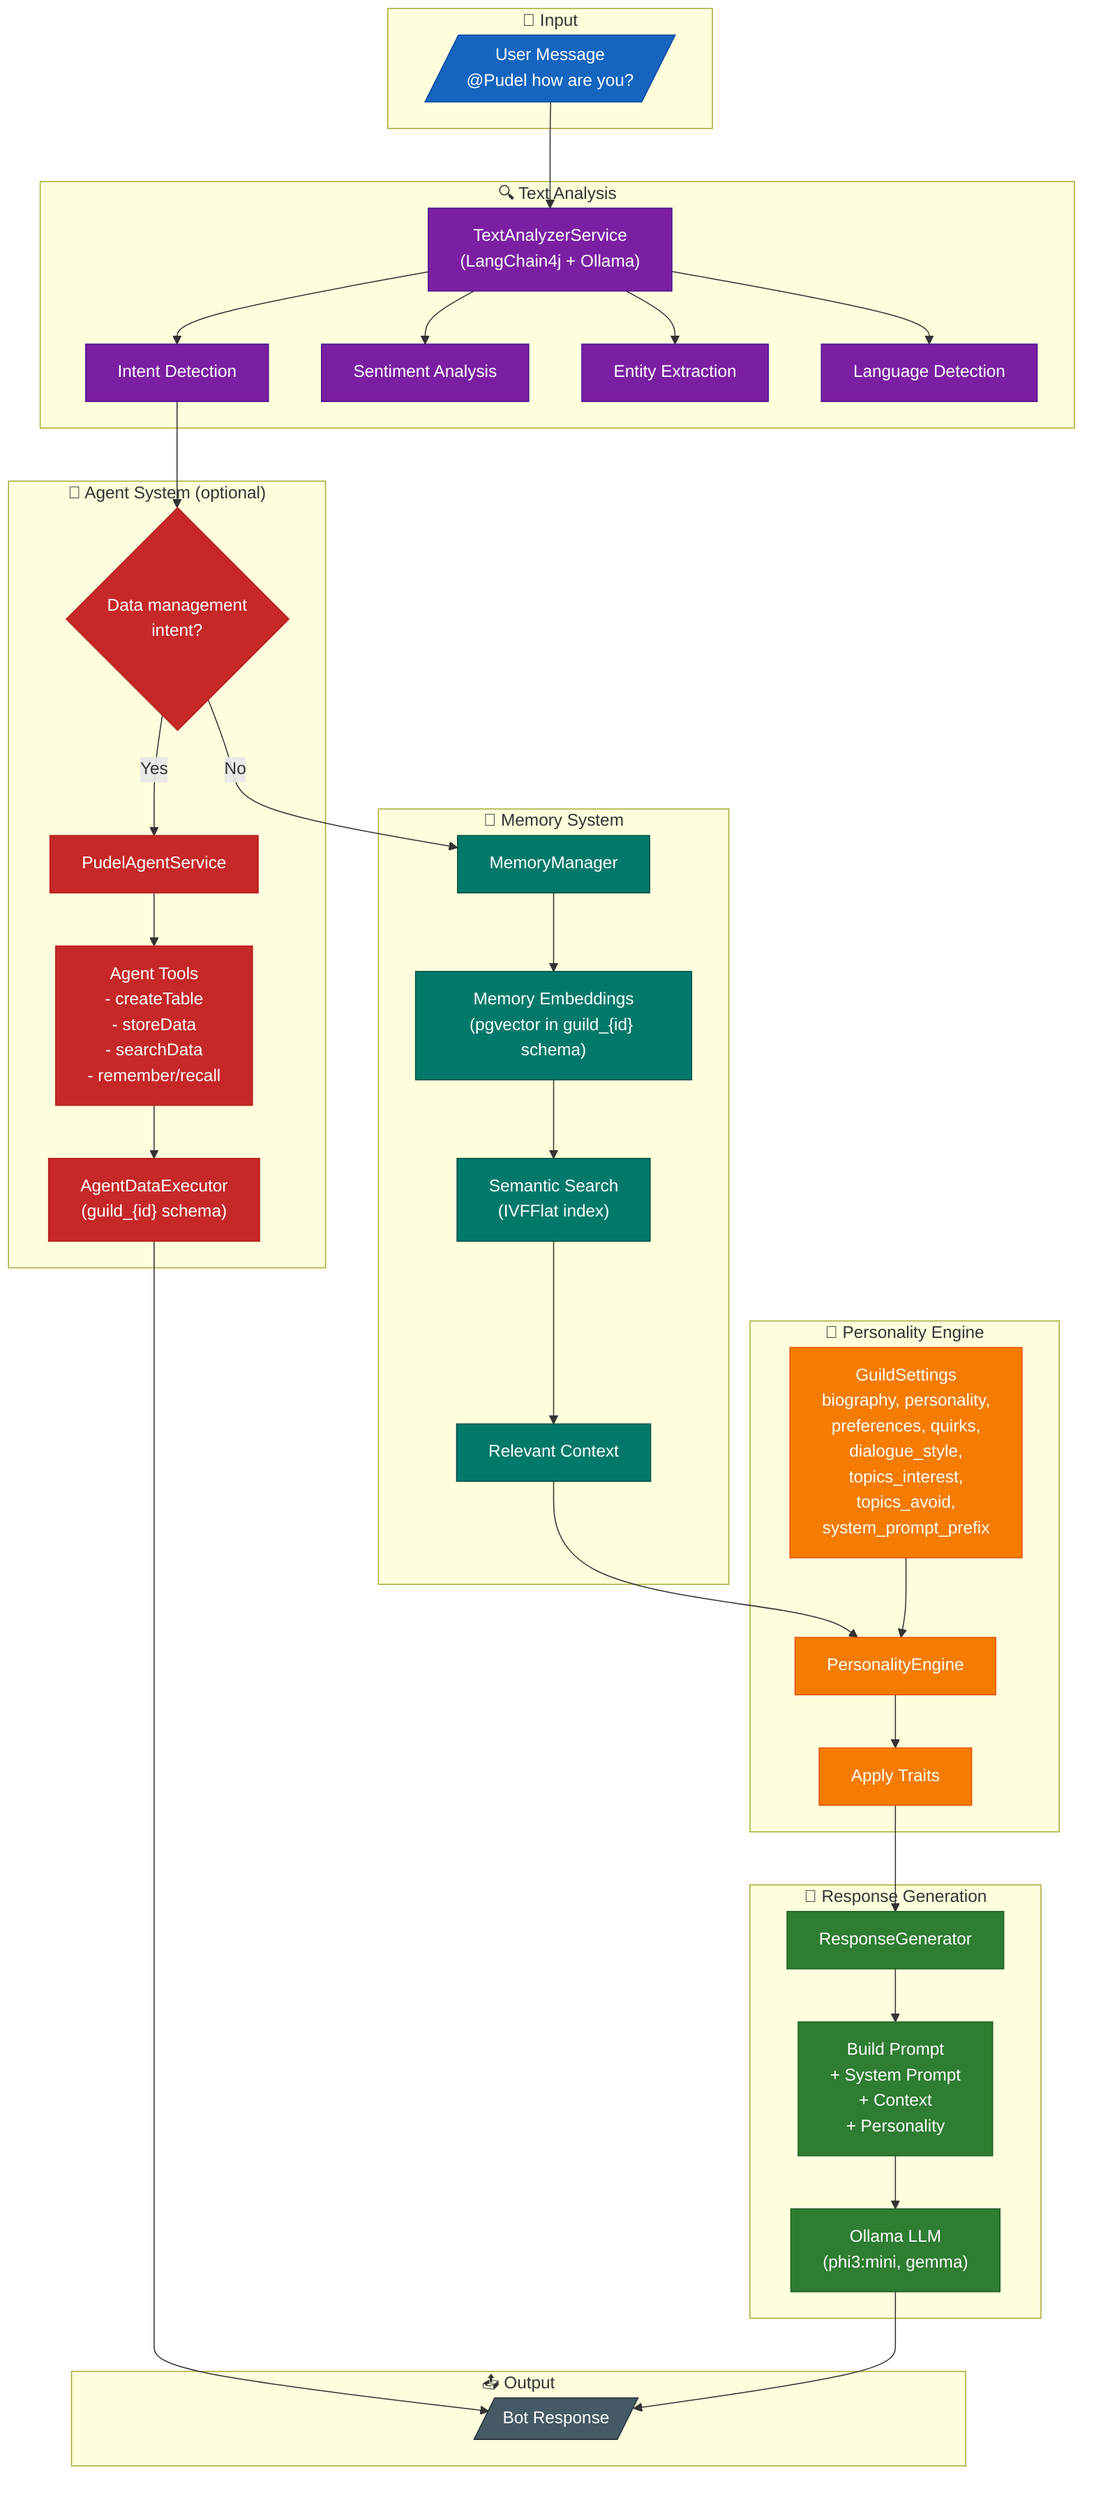
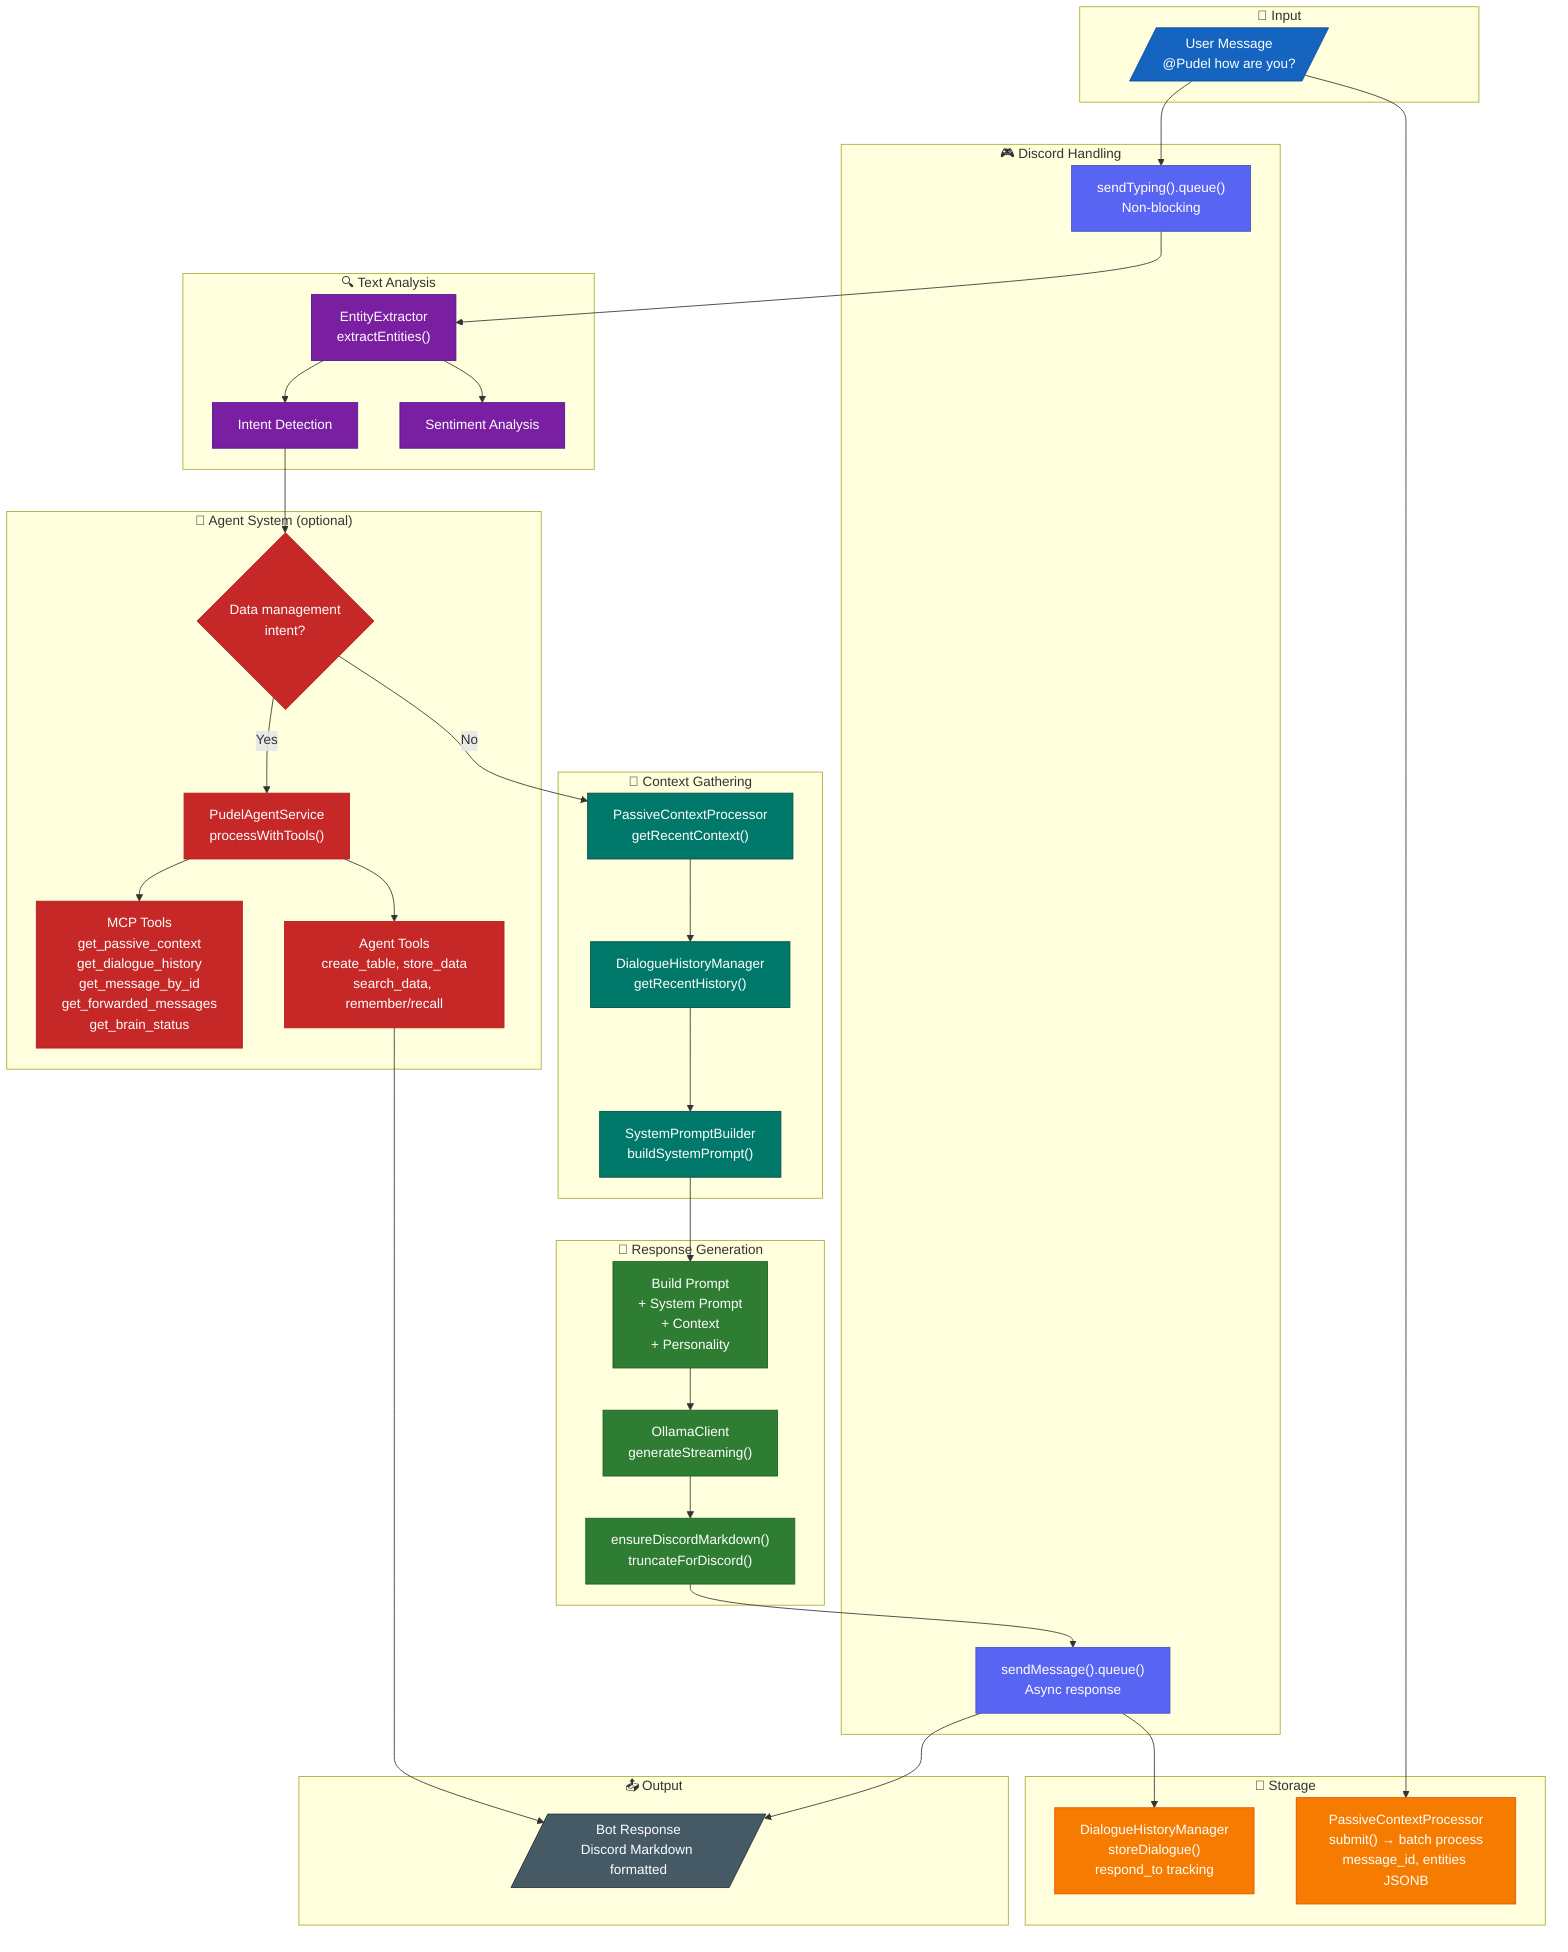
- %% Pudel Brain Architecture v2.1.1
+ %% Pudel Brain Architecture v2.3.0
+ %% PudelBrain v2 — Ollama completion-focused with passive context, dialogue history, MCP tools

flowchart TD
    subgraph Input["📨 Input"]
        MESSAGE[/"User Message<br/>@Pudel how are you?"/]
    end

+     subgraph Discord["🎮 Discord Handling"]
+         TYPING["sendTyping().queue()<br/>Non-blocking"]
+         SEND["sendMessage().queue()<br/>Async response"]
+     end
+ 
    subgraph Analysis["🔍 Text Analysis"]
-         ANALYZER["TextAnalyzerService<br/>(LangChain4j + Ollama)"]
+         ANALYZER["EntityExtractor<br/>extractEntities()"]
        INTENT["Intent Detection"]
        SENTIMENT["Sentiment Analysis"]
-         ENTITIES["Entity Extraction"]
-         LANGUAGE["Language Detection"]
    end

-     subgraph Memory["🧠 Memory System"]
-         MEMORY_MGR["MemoryManager"]
-         EMBEDDINGS["Memory Embeddings<br/>(pgvector in guild_{id} schema)"]
-         SEMANTIC["Semantic Search<br/>(IVFFlat index)"]
-         CONTEXT["Relevant Context"]
-     end
- 
-     subgraph Personality["👤 Personality Engine"]
-         PERSONALITY_ENGINE["PersonalityEngine"]
-         GUILD_SETTINGS["GuildSettings<br/>biography, personality,<br/>preferences, quirks,<br/>dialogue_style,<br/>topics_interest,<br/>topics_avoid,<br/>system_prompt_prefix"]
-         TRAITS["Apply Traits"]
+     subgraph Context["🧠 Context Gathering"]
+         PASSIVE["PassiveContextProcessor<br/>getRecentContext()"]
+         DIALOGUE["DialogueHistoryManager<br/>getRecentHistory()"]
+         PERSONALITY["SystemPromptBuilder<br/>buildSystemPrompt()"]
    end

    subgraph Generation["💬 Response Generation"]
-         RESPONSE_GEN["ResponseGenerator"]
        PROMPT["Build Prompt<br/>+ System Prompt<br/>+ Context<br/>+ Personality"]
-         OLLAMA["Ollama LLM<br/>(phi3:mini, gemma)"]
+         OLLAMA["OllamaClient<br/>generateStreaming()"]
+         MARKDOWN["ensureDiscordMarkdown()<br/>truncateForDiscord()"]
    end

    subgraph Agent["🤖 Agent System (optional)"]
        AGENT_CHECK{"Data management<br/>intent?"}
-         AGENT_SVC["PudelAgentService"]
-         AGENT_TOOLS["Agent Tools<br/>- createTable<br/>- storeData<br/>- searchData<br/>- remember/recall"]
-         EXECUTOR["AgentDataExecutor<br/>(guild_{id} schema)"]
+         AGENT_SVC["PudelAgentService<br/>processWithTools()"]
+         MCP_TOOLS["MCP Tools<br/>get_passive_context<br/>get_dialogue_history<br/>get_message_by_id<br/>get_forwarded_messages<br/>get_brain_status"]
+         AGENT_TOOLS["Agent Tools<br/>create_table, store_data<br/>search_data, remember/recall"]
+     end
+ 
+     subgraph Storage["💾 Storage"]
+         STORE_DIALOGUE["DialogueHistoryManager<br/>storeDialogue()<br/>respond_to tracking"]
+         STORE_CONTEXT["PassiveContextProcessor<br/>submit() → batch process<br/>message_id, entities JSONB"]
    end

    subgraph Output["📤 Output"]
-         RESPONSE[/"Bot Response"/]
+         RESPONSE[/"Bot Response<br/>Discord Markdown formatted"/]
    end

    %% Flow
-     MESSAGE --> ANALYZER
+     MESSAGE --> TYPING
+     TYPING --> ANALYZER
    ANALYZER --> INTENT
    ANALYZER --> SENTIMENT
-     ANALYZER --> ENTITIES
-     ANALYZER --> LANGUAGE

    INTENT --> AGENT_CHECK
+     AGENT_CHECK -->|"Yes"| AGENT_SVC
+     AGENT_SVC --> MCP_TOOLS
+     AGENT_SVC --> AGENT_TOOLS
+     AGENT_TOOLS --> RESPONSE

-     AGENT_CHECK -->|"Yes"| AGENT_SVC
-     AGENT_SVC --> AGENT_TOOLS
-     AGENT_TOOLS --> EXECUTOR
-     EXECUTOR --> RESPONSE
+     AGENT_CHECK -->|"No"| PASSIVE
+     PASSIVE --> DIALOGUE
+     DIALOGUE --> PERSONALITY
+     PERSONALITY --> PROMPT
+     PROMPT --> OLLAMA
+     OLLAMA --> MARKDOWN
+     MARKDOWN --> SEND
+     SEND --> RESPONSE

-     AGENT_CHECK -->|"No"| MEMORY_MGR
-     MEMORY_MGR --> EMBEDDINGS
-     EMBEDDINGS --> SEMANTIC
-     SEMANTIC --> CONTEXT
- 
-     CONTEXT --> PERSONALITY_ENGINE
-     GUILD_SETTINGS --> PERSONALITY_ENGINE
-     PERSONALITY_ENGINE --> TRAITS
- 
-     TRAITS --> RESPONSE_GEN
-     RESPONSE_GEN --> PROMPT
-     PROMPT --> OLLAMA
-     OLLAMA --> RESPONSE
+     %% Storage
+     SEND --> STORE_DIALOGUE
+     MESSAGE --> STORE_CONTEXT

    %% Styling
    classDef input fill:#1565c0,stroke:#0d47a1,color:#fff
+     classDef discord fill:#5865F2,stroke:#4752C4,color:#fff
    classDef analysis fill:#7b1fa2,stroke:#4a148c,color:#fff
-     classDef memory fill:#00796b,stroke:#004d40,color:#fff
-     classDef personality fill:#f57c00,stroke:#e65100,color:#fff
+     classDef context fill:#00796b,stroke:#004d40,color:#fff
    classDef generation fill:#2e7d32,stroke:#1b5e20,color:#fff
    classDef agent fill:#c62828,stroke:#b71c1c,color:#fff
+     classDef storage fill:#f57c00,stroke:#e65100,color:#fff
    classDef output fill:#455a64,stroke:#263238,color:#fff

    class MESSAGE input
-     class ANALYZER,INTENT,SENTIMENT,ENTITIES,LANGUAGE analysis
-     class MEMORY_MGR,EMBEDDINGS,SEMANTIC,CONTEXT memory
-     class PERSONALITY_ENGINE,GUILD_SETTINGS,TRAITS personality
-     class RESPONSE_GEN,PROMPT,OLLAMA generation
-     class AGENT_CHECK,AGENT_SVC,AGENT_TOOLS,EXECUTOR agent
+     class TYPING,SEND discord
+     class ANALYZER,INTENT,SENTIMENT analysis
+     class PASSIVE,DIALOGUE,PERSONALITY context
+     class PROMPT,OLLAMA,MARKDOWN generation
+     class AGENT_CHECK,AGENT_SVC,MCP_TOOLS,AGENT_TOOLS agent
+     class STORE_DIALOGUE,STORE_CONTEXT storage
    class RESPONSE output
